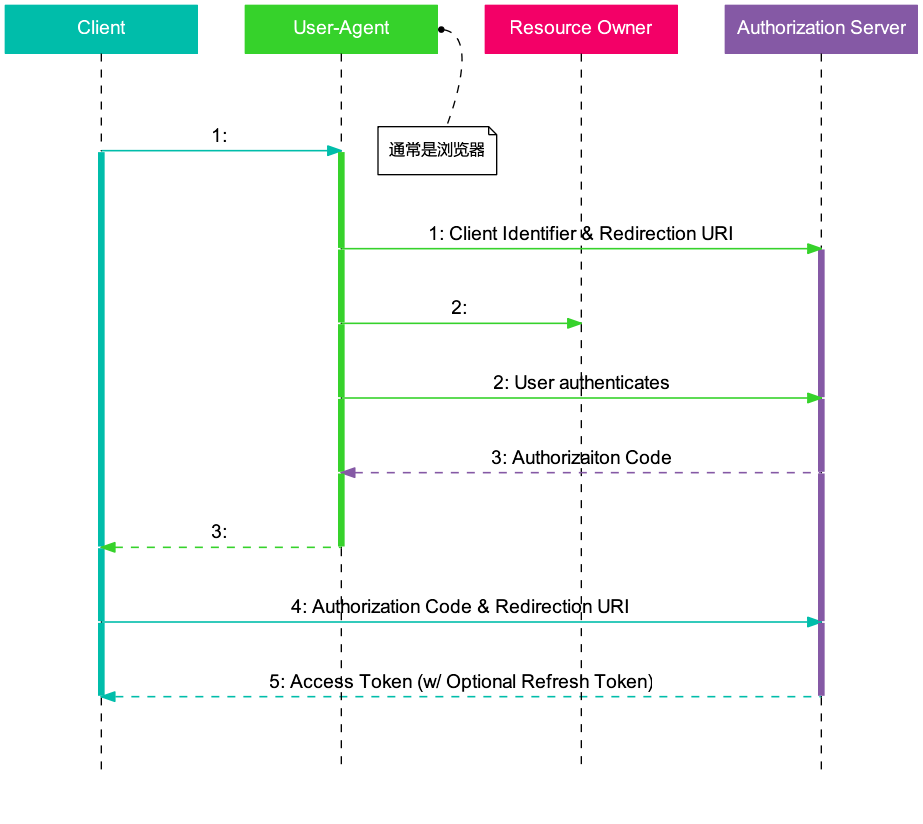
The Graphviz diagram static/image/2019/07/oauth-authorization-code-flow.png in Jeanhwea/jeanhwea.github.io, before a commit. Its source is kept beside it as static/image/2019/07/oauth-authorization-code-flow.dot. The source it was exported from:
```dot
digraph AuthorizationCodeFlow {
  ua_note [shape=note; label="通常是浏览器", fontname="Microsoft YaHei", fontsize=12];

  ranksep=0.75;
  node
  [
   shape=box;
   style="filled";
   fontcolor="#ffffff";
   fontname="Arial"
   ];

  client [color="#00bdaa", width=2, label="Client", group=g_client];
  p00, p05, p06, p07 [shape=point, width=0, label="", group=g_client];
  p09 [style=invis, label="", group=g_client];
  client -> p00 [style=dashed, arrowhead=none];
  p07 -> p09 [style=dashed, arrowhead=none];
  p00 -> p05 -> p06 -> p07 [style=none, color="#00bdaa", penwidth=5, arrowhead=none];

  owner [color="#f30067", width=2, label="Resource Owner", group=g_owner];
  p12 [shape=point, width=0, label="", group=g_owner];
  p19 [style=invis, label="", group=g_owner];
  owner -> p12 [style=dashed, arrowhead=none];
  p12 -> p19 [style=dashed, arrowhead=none];

  auth [color="#8559a5", width=2, label="Authorization Server", group=g_auth];
  p21, p23, p24, p26, p27 [shape=point, width=0, label="", group=g_auth];
  p29 [style=invis, label="", group=g_auth];
  auth -> p21 [style=dashed, arrowhead=none];
  p27 -> p29 [style=dashed, arrowhead=none];
  p21 -> p23 -> p24 -> p26 -> p27 [style=none, color="#8559a5", penwidth=5, arrowhead=none];

  ua [color="#36d22b", width=2, label="User-Agent", group=g_ua];
  p40, p41, p42, p43, p44, p45 [shape=point, width=0, label="", group=g_ua];
  p49 [style=invis, label="", group=g_ua];
  ua -> p40 [style=dashed, arrowhead=none];
  p45 -> p49 [style=dashed, arrowhead=none];
  p40 -> p41 -> p42 -> p43 -> p44 -> p45 [style=none, color="#36d22b", penwidth=5, arrowhead=none];

  { rank=same; client; owner; auth; ua}
  { rank=same; p09; p19; p29; p49; }
  { rank=same; p00; p40; ua_note; }
  { rank=same; p41; p21; }
  { rank=same; p42; p12; }
  { rank=same; p43; p23;  }
  { rank=same; p44; p24; }
  { rank=same; p45; p05; }
  { rank=same; p06; p26; }
  { rank=same; p07; p27; }
  client -> ua -> owner -> auth [style=invis];

  edge [fontname="Arial"];
  p00 -> p40 [color="#00bdaa", penwidth=1.2, arrowhead=normal, label="1: "];
  p41 -> p21 [color="#36d22b", penwidth=1.2, arrowhead=normal, label="1: Client Identifier & Redirection URI"];
  p42 -> p12 [color="#36d22b", penwidth=1.2, arrowhead=normal, label="2: "];
  p43 -> p23 [color="#36d22b", penwidth=1.2, arrowhead=normal, label="2: User authenticates"];
  p44 -> p24 [color="#8559a5", penwidth=1.2, arrowhead=normal, dir=back, style=dashed, label="3: Authorizaiton Code"]
  p05 -> p45 [color="#36d22b", penwidth=1.2, arrowhead=normal, dir=back, style=dashed, label="3: "]
  p06 -> p26 [color="#00bdaa", penwidth=1.2, arrowhead=normal, label="4: Authorization Code & Redirection URI"];
  p07 -> p27 [color="#00bdaa", penwidth=1.2, arrowhead=normal, dir=back, style=dashed, label="5: Access Token (w/ Optional Refresh Token)"];

  ua:e -> ua_note [style=dashed, dir=back, arrowtail=dot, arrowsize=0.5];
}
```
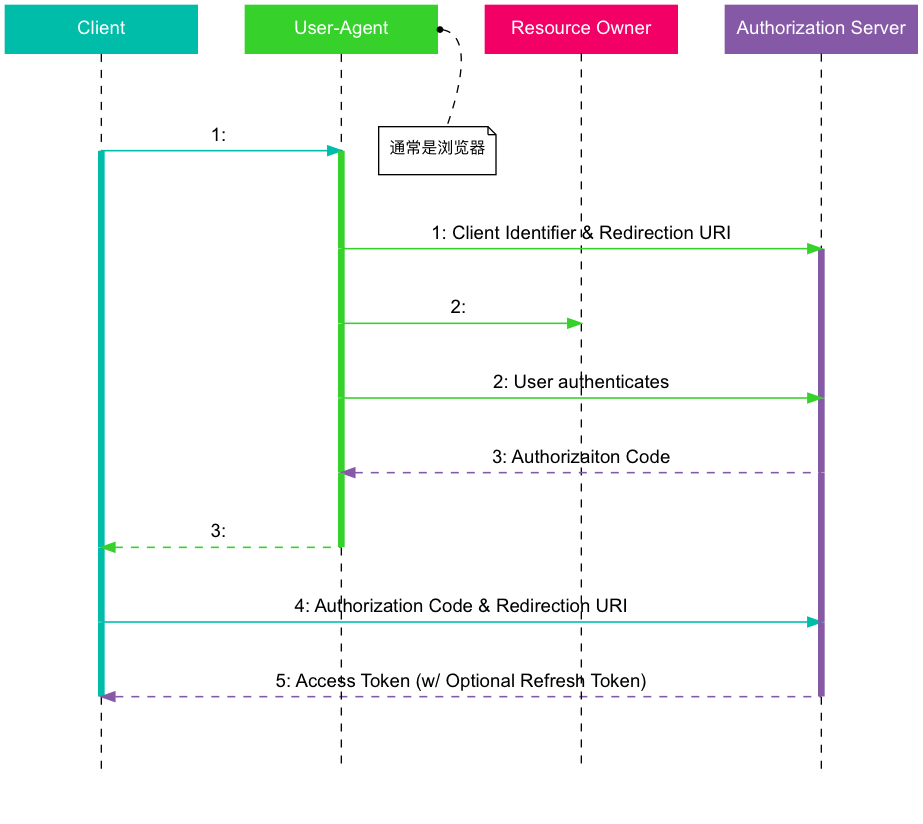
After the commit.

Change to the diagram source:
```diff
@@ -57,7 +57,7 @@
   p44 -> p24 [color="#8559a5", penwidth=1.2, arrowhead=normal, dir=back, style=dashed, label="3: Authorizaiton Code"]
   p05 -> p45 [color="#36d22b", penwidth=1.2, arrowhead=normal, dir=back, style=dashed, label="3: "]
   p06 -> p26 [color="#00bdaa", penwidth=1.2, arrowhead=normal, label="4: Authorization Code & Redirection URI"];
-  p07 -> p27 [color="#00bdaa", penwidth=1.2, arrowhead=normal, dir=back, style=dashed, label="5: Access Token (w/ Optional Refresh Token)"];
+  p07 -> p27 [color="#8559a5", penwidth=1.2, arrowhead=normal, dir=back, style=dashed, label="5: Access Token (w/ Optional Refresh Token)"];
 
   ua:e -> ua_note [style=dashed, dir=back, arrowtail=dot, arrowsize=0.5];
 }
```
